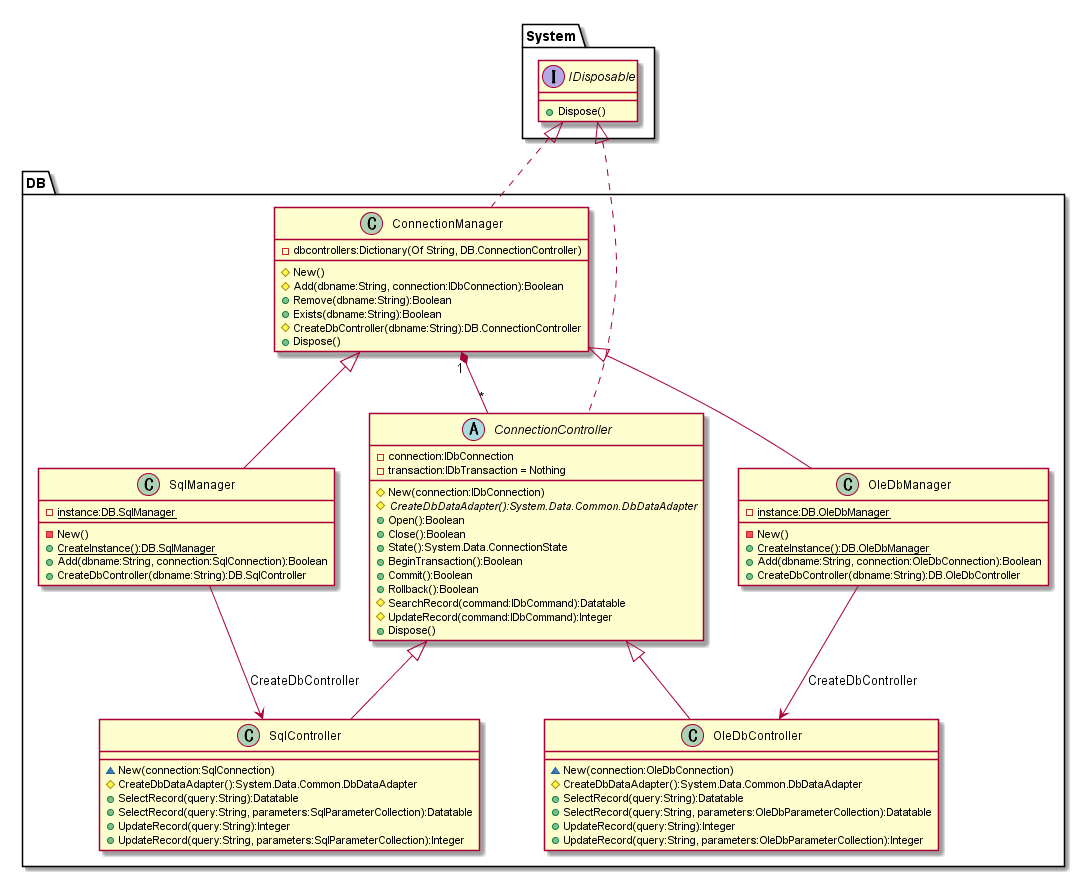
Above: doc/ClassDiagram/ConnectionControll.png in hirorich/CommonTool (PlantUML), before the change.
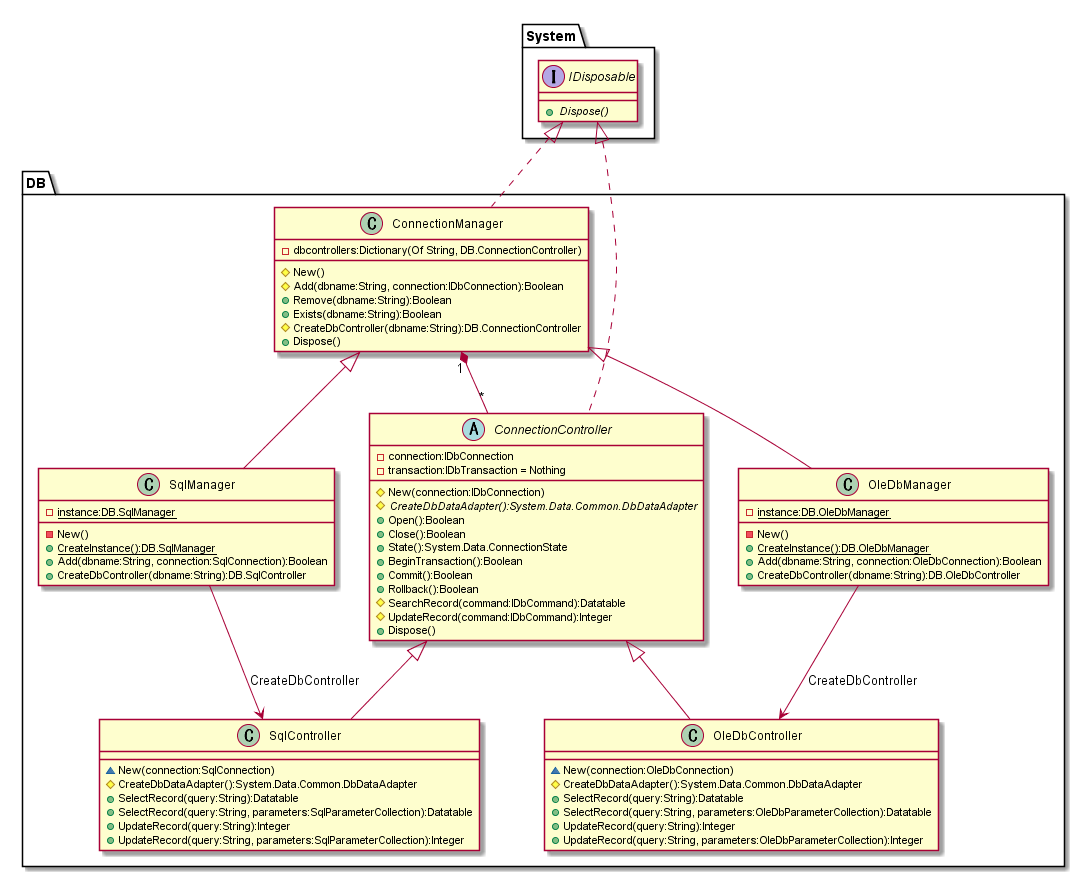
Later version of the same file.

Diff of the diagram source:
```diff
@@ -1,7 +1,7 @@
 @startuml ConnectionControll.png
 
 interface System.IDisposable {
-  + Dispose()
+  + {abstract} Dispose()
 }
 
 class DB.ConnectionManager {
```
